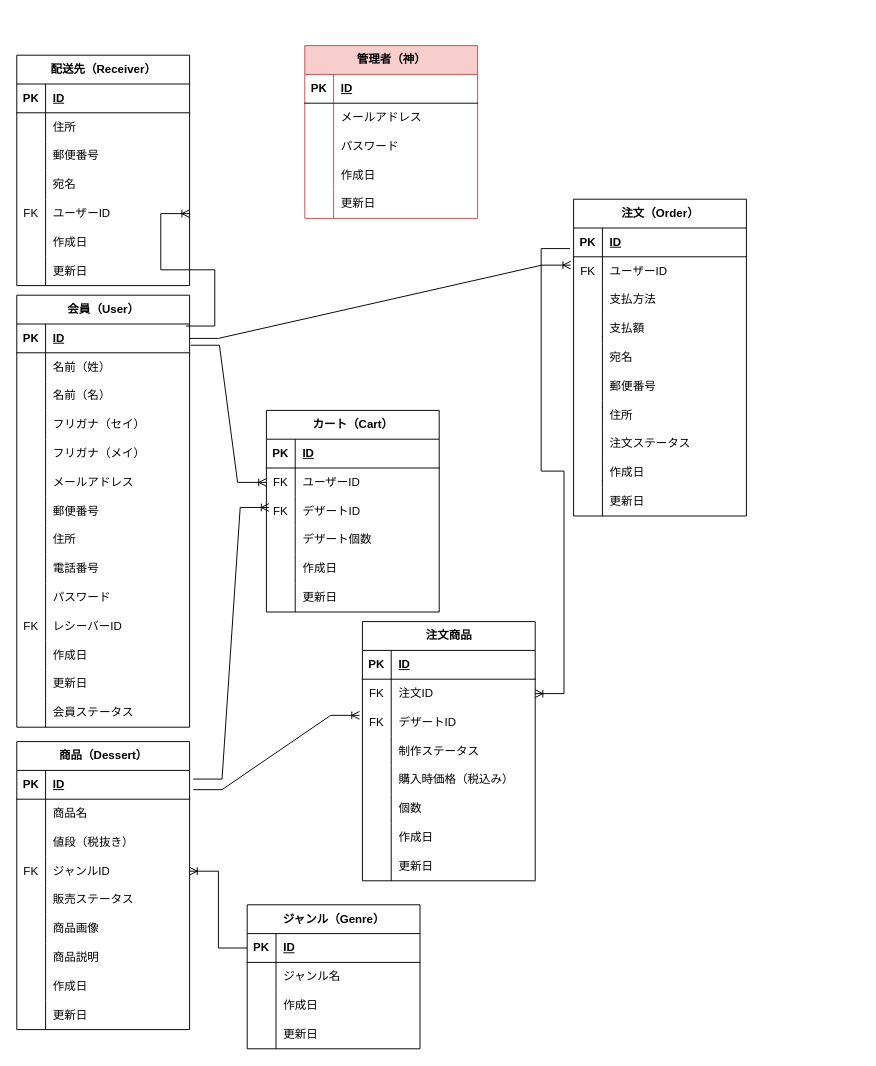
Above: NAGANOケーキ.drawio in RyotaHamano/root (draw.io), before the change. Source tidied: cells renumbered, new cells numbered last; positions are measured from the earlier drawing's top-left corner, leaving out a move shared by most shapes. Both pictures are drawn from the tidied source at 96%, with x=0, y=0 at pixel (16, 45).
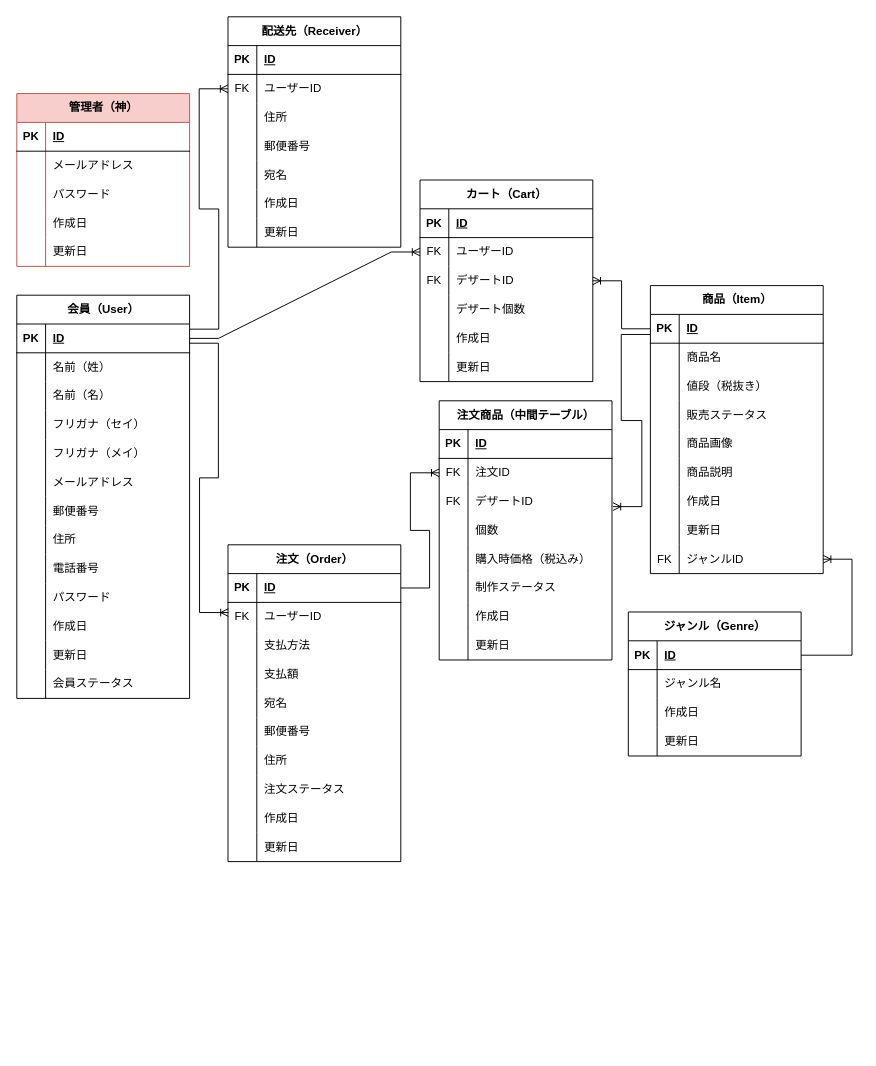
The same page after the edit.

Commit message:
NAGANOケーキ.drawio を更新します

The change refers to these unchanged cells:
```xml
<mxCell id="3" style="shape=tableRow;horizontal=0;startSize=0;swimlaneHead=0;swimlaneBody=0;fillColor=none;points=[[0,0.5],[1,0.5]];portConstraint=eastwest;top=0;left=0;right=0;bottom=1;" parent="2" vertex="1">
  <mxGeometry y="30" width="180" height="30" as="geometry" />
</mxCell>
<mxCell id="46" style="shape=tableRow;horizontal=0;startSize=0;swimlaneHead=0;swimlaneBody=0;fillColor=none;points=[[0,0.5],[1,0.5]];portConstraint=eastwest;top=0;left=0;right=0;bottom=1;" parent="45" vertex="1">
  <mxGeometry y="30" width="180" height="30" as="geometry" />
</mxCell>
<mxCell id="74" style="shape=tableRow;horizontal=0;startSize=0;swimlaneHead=0;swimlaneBody=0;fillColor=none;points=[[0,0.5],[1,0.5]];portConstraint=eastwest;top=0;left=0;right=0;bottom=1;" parent="73" vertex="1">
  <mxGeometry y="30" width="180" height="30" as="geometry" />
</mxCell>
<mxCell id="90" style="shape=tableRow;horizontal=0;startSize=0;swimlaneHead=0;swimlaneBody=0;fillColor=none;points=[[0,0.5],[1,0.5]];portConstraint=eastwest;top=0;left=0;right=0;bottom=0;" parent="86" vertex="1">
  <mxGeometry y="60" width="180" height="30" as="geometry" />
</mxCell>
<mxCell id="93" style="shape=tableRow;horizontal=0;startSize=0;swimlaneHead=0;swimlaneBody=0;fillColor=none;points=[[0,0.5],[1,0.5]];portConstraint=eastwest;top=0;left=0;right=0;bottom=0;" parent="86" vertex="1">
  <mxGeometry y="90" width="180" height="30" as="geometry" />
</mxCell>
<mxCell id="128" style="shape=tableRow;horizontal=0;startSize=0;swimlaneHead=0;swimlaneBody=0;fillColor=none;points=[[0,0.5],[1,0.5]];portConstraint=eastwest;top=0;left=0;right=0;bottom=1;" parent="127" vertex="1">
  <mxGeometry y="30" width="180" height="30" as="geometry" />
</mxCell>
<mxCell id="183" style="shape=tableRow;horizontal=0;startSize=0;swimlaneHead=0;swimlaneBody=0;fillColor=none;points=[[0,0.5],[1,0.5]];portConstraint=eastwest;top=0;left=0;right=0;bottom=0;" parent="179" vertex="1">
  <mxGeometry y="60" width="180" height="30" as="geometry" />
</mxCell>
<mxCell id="186" style="shape=tableRow;horizontal=0;startSize=0;swimlaneHead=0;swimlaneBody=0;fillColor=none;points=[[0,0.5],[1,0.5]];portConstraint=eastwest;top=0;left=0;right=0;bottom=0;" parent="179" vertex="1">
  <mxGeometry y="90" width="180" height="30" as="geometry" />
</mxCell>
```

The edit, as a diff of the source:
```diff
@@
     <mxCell id="2" value="会員（User）" style="shape=table;startSize=30;childLayout=tableLayout;rowLines=0;fontStyle=1;align=center;html=1;" parent="1" vertex="1">
-      <mxGeometry y="260" width="180" height="450" as="geometry" />
+      <mxGeometry y="260" width="180" height="420" as="geometry" />
     </mxCell>
@@
-    <mxCell id="33" style="shape=tableRow;horizontal=0;startSize=0;swimlaneHead=0;swimlaneBody=0;fillColor=none;top=0;left=0;right=0;bottom=0;" parent="2" vertex="1">
-      <mxGeometry y="330" width="180" height="30" as="geometry" />
-    </mxCell>
-    <mxCell id="34" value="FK" style="shape=partialRectangle;fillColor=none;top=0;left=0;bottom=0;right=0;overflow=hidden;whiteSpace=wrap;html=1;" parent="33" vertex="1">
-      <mxGeometry width="30" height="30" as="geometry" />
-    </mxCell>
-    <mxCell id="35" value="レシーバーID" style="shape=partialRectangle;fillColor=none;top=0;left=0;bottom=0;right=0;align=left;spacingLeft=6;overflow=hidden;whiteSpace=wrap;html=1;" parent="33" vertex="1">
-      <mxGeometry x="30" width="150" height="30" as="geometry" />
-    </mxCell>
     <mxCell id="36" style="shape=tableRow;horizontal=0;startSize=0;swimlaneHead=0;swimlaneBody=0;fillColor=none;top=0;left=0;right=0;bottom=0;" parent="2" vertex="1">
-      <mxGeometry y="360" width="180" height="30" as="geometry" />
+      <mxGeometry y="330" width="180" height="30" as="geometry" />
     </mxCell>
@@
     <mxCell id="39" style="shape=tableRow;horizontal=0;startSize=0;swimlaneHead=0;swimlaneBody=0;fillColor=none;top=0;left=0;right=0;bottom=0;" parent="2" vertex="1">
-      <mxGeometry y="390" width="180" height="30" as="geometry" />
+      <mxGeometry y="360" width="180" height="30" as="geometry" />
     </mxCell>
@@
     <mxCell id="42" style="shape=tableRow;horizontal=0;startSize=0;swimlaneHead=0;swimlaneBody=0;fillColor=none;top=0;left=0;right=0;bottom=0;" parent="2" vertex="1">
-      <mxGeometry y="420" width="180" height="30" as="geometry" />
+      <mxGeometry y="390" width="180" height="30" as="geometry" />
     </mxCell>
@@
-    <mxCell id="45" value="商品（Dessert）" style="shape=table;startSize=30;childLayout=tableLayout;rowLines=0;fontStyle=1;align=center;html=1;" parent="1" vertex="1">
-      <mxGeometry y="725" width="180" height="300" as="geometry" />
+    <mxCell id="45" value="商品（Item）" style="shape=table;startSize=30;childLayout=tableLayout;rowLines=0;fontStyle=1;align=center;html=1;" parent="1" vertex="1">
+      <mxGeometry x="660" y="250" width="180" height="300" as="geometry" />
     </mxCell>
@@
-    <mxCell id="55" style="shape=tableRow;horizontal=0;startSize=0;swimlaneHead=0;swimlaneBody=0;fillColor=none;points=[[0,0.5],[1,0.5]];portConstraint=eastwest;top=0;left=0;right=0;bottom=0;" parent="45" vertex="1">
-      <mxGeometry y="120" width="180" height="30" as="geometry" />
-    </mxCell>
-    <mxCell id="56" value="FK" style="shape=partialRectangle;fillColor=none;top=0;left=0;bottom=0;right=0;overflow=hidden;whiteSpace=wrap;html=1;" parent="55" vertex="1">
-      <mxGeometry width="30" height="30" as="geometry" />
-    </mxCell>
-    <mxCell id="57" value="ジャンルID" style="shape=partialRectangle;fillColor=none;top=0;left=0;bottom=0;right=0;align=left;spacingLeft=6;overflow=hidden;whiteSpace=wrap;html=1;" parent="55" vertex="1">
-      <mxGeometry x="30" width="150" height="30" as="geometry" />
-    </mxCell>
     <mxCell id="58" style="shape=tableRow;horizontal=0;startSize=0;swimlaneHead=0;swimlaneBody=0;fillColor=none;top=0;left=0;right=0;bottom=0;" parent="45" vertex="1">
-      <mxGeometry y="150" width="180" height="30" as="geometry" />
+      <mxGeometry y="120" width="180" height="30" as="geometry" />
     </mxCell>
@@
     <mxCell id="61" style="shape=tableRow;horizontal=0;startSize=0;swimlaneHead=0;swimlaneBody=0;fillColor=none;top=0;left=0;right=0;bottom=0;" parent="45" vertex="1">
-      <mxGeometry y="180" width="180" height="30" as="geometry" />
+      <mxGeometry y="150" width="180" height="30" as="geometry" />
     </mxCell>
@@
     <mxCell id="64" style="shape=tableRow;horizontal=0;startSize=0;swimlaneHead=0;swimlaneBody=0;fillColor=none;top=0;left=0;right=0;bottom=0;" parent="45" vertex="1">
-      <mxGeometry y="210" width="180" height="30" as="geometry" />
+      <mxGeometry y="180" width="180" height="30" as="geometry" />
     </mxCell>
@@
     <mxCell id="67" style="shape=tableRow;horizontal=0;startSize=0;swimlaneHead=0;swimlaneBody=0;fillColor=none;top=0;left=0;right=0;bottom=0;" parent="45" vertex="1">
-      <mxGeometry y="240" width="180" height="30" as="geometry" />
+      <mxGeometry y="210" width="180" height="30" as="geometry" />
     </mxCell>
@@
     <mxCell id="70" style="shape=tableRow;horizontal=0;startSize=0;swimlaneHead=0;swimlaneBody=0;fillColor=none;top=0;left=0;right=0;bottom=0;" parent="45" vertex="1">
-      <mxGeometry y="270" width="180" height="30" as="geometry" />
+      <mxGeometry y="240" width="180" height="30" as="geometry" />
     </mxCell>
@@
+    <mxCell id="55" style="shape=tableRow;horizontal=0;startSize=0;swimlaneHead=0;swimlaneBody=0;fillColor=none;points=[[0,0.5],[1,0.5]];portConstraint=eastwest;top=0;left=0;right=0;bottom=0;" parent="45" vertex="1">
+      <mxGeometry y="270" width="180" height="30" as="geometry" />
+    </mxCell>
+    <mxCell id="56" value="FK" style="shape=partialRectangle;fillColor=none;top=0;left=0;bottom=0;right=0;overflow=hidden;whiteSpace=wrap;html=1;" parent="55" vertex="1">
+      <mxGeometry width="30" height="30" as="geometry" />
+    </mxCell>
+    <mxCell id="57" value="ジャンルID" style="shape=partialRectangle;fillColor=none;top=0;left=0;bottom=0;right=0;align=left;spacingLeft=6;overflow=hidden;whiteSpace=wrap;html=1;" parent="55" vertex="1">
+      <mxGeometry x="30" width="150" height="30" as="geometry" />
+    </mxCell>
     <mxCell id="73" value="ジャンル（Genre）" style="shape=table;startSize=30;childLayout=tableLayout;rowLines=0;fontStyle=1;align=center;html=1;" parent="1" vertex="1">
-      <mxGeometry x="240" y="895" width="180" height="150" as="geometry" />
+      <mxGeometry x="637" y="590" width="180" height="150" as="geometry" />
     </mxCell>
@@
     <mxCell id="86" value="カート（Cart）" style="shape=table;startSize=30;childLayout=tableLayout;rowLines=0;fontStyle=1;align=center;html=1;" parent="1" vertex="1">
-      <mxGeometry x="260" y="380" width="180" height="210" as="geometry" />
+      <mxGeometry x="420" y="140" width="180" height="210" as="geometry" />
     </mxCell>
@@
     <mxCell id="105" value="配送先（Receiver）" style="shape=table;startSize=30;childLayout=tableLayout;rowLines=0;fontStyle=1;align=center;html=1;" parent="1" vertex="1">
-      <mxGeometry y="10" width="180" height="240" as="geometry" />
+      <mxGeometry x="220" y="-30" width="180" height="240" as="geometry" />
     </mxCell>
@@
+    <mxCell id="118" style="shape=tableRow;horizontal=0;startSize=0;swimlaneHead=0;swimlaneBody=0;fillColor=none;points=[[0,0.5],[1,0.5]];portConstraint=eastwest;top=0;left=0;right=0;bottom=0;" parent="105" vertex="1">
+      <mxGeometry y="60" width="180" height="30" as="geometry" />
+    </mxCell>
+    <mxCell id="119" value="FK" style="shape=partialRectangle;fillColor=none;top=0;left=0;bottom=0;right=0;overflow=hidden;whiteSpace=wrap;html=1;" parent="118" vertex="1">
+      <mxGeometry width="30" height="30" as="geometry" />
+    </mxCell>
+    <mxCell id="120" value="ユーザーID" style="shape=partialRectangle;fillColor=none;top=0;left=0;bottom=0;right=0;align=left;spacingLeft=6;overflow=hidden;whiteSpace=wrap;html=1;" parent="118" vertex="1">
+      <mxGeometry x="30" width="150" height="30" as="geometry" />
+    </mxCell>
     <mxCell id="109" style="shape=tableRow;horizontal=0;startSize=0;swimlaneHead=0;swimlaneBody=0;fillColor=none;top=0;left=0;right=0;bottom=0;" parent="105" vertex="1">
-      <mxGeometry y="60" width="180" height="30" as="geometry" />
+      <mxGeometry y="90" width="180" height="30" as="geometry" />
     </mxCell>
@@
     <mxCell id="112" style="shape=tableRow;horizontal=0;startSize=0;swimlaneHead=0;swimlaneBody=0;fillColor=none;top=0;left=0;right=0;bottom=0;" parent="105" vertex="1">
-      <mxGeometry y="90" width="180" height="30" as="geometry" />
+      <mxGeometry y="120" width="180" height="30" as="geometry" />
     </mxCell>
@@
     <mxCell id="115" style="shape=tableRow;horizontal=0;startSize=0;swimlaneHead=0;swimlaneBody=0;fillColor=none;top=0;left=0;right=0;bottom=0;" parent="105" vertex="1">
-      <mxGeometry y="120" width="180" height="30" as="geometry" />
+      <mxGeometry y="150" width="180" height="30" as="geometry" />
     </mxCell>
@@
-    <mxCell id="118" style="shape=tableRow;horizontal=0;startSize=0;swimlaneHead=0;swimlaneBody=0;fillColor=none;points=[[0,0.5],[1,0.5]];portConstraint=eastwest;top=0;left=0;right=0;bottom=0;" parent="105" vertex="1">
-      <mxGeometry y="150" width="180" height="30" as="geometry" />
-    </mxCell>
-    <mxCell id="119" value="FK" style="shape=partialRectangle;fillColor=none;top=0;left=0;bottom=0;right=0;overflow=hidden;whiteSpace=wrap;html=1;" parent="118" vertex="1">
-      <mxGeometry width="30" height="30" as="geometry" />
-    </mxCell>
-    <mxCell id="120" value="ユーザーID" style="shape=partialRectangle;fillColor=none;top=0;left=0;bottom=0;right=0;align=left;spacingLeft=6;overflow=hidden;whiteSpace=wrap;html=1;" parent="118" vertex="1">
-      <mxGeometry x="30" width="150" height="30" as="geometry" />
-    </mxCell>
@@
     <mxCell id="127" value="注文（Order）" style="shape=table;startSize=30;childLayout=tableLayout;rowLines=0;fontStyle=1;align=center;html=1;" parent="1" vertex="1">
-      <mxGeometry x="580" y="160" width="180" height="330" as="geometry" />
+      <mxGeometry x="220" y="520" width="180" height="330" as="geometry" />
     </mxCell>
@@
-    <mxCell id="131" style="shape=tableRow;horizontal=0;startSize=0;swimlaneHead=0;swimlaneBody=0;fillColor=none;points=[[0,0.5],[1,0.5]];portConstraint=eastwest;top=0;left=0;right=0;bottom=0;" parent="127" vertex="1">
+    <mxCell id="131" style="shape=tableRow;horizontal=0;startSize=0;swimlaneHead=0;swimlaneBody=0;fillColor=none;points=[[0,0.5],[1,0.5]];portConstraint=eastwest;top=0;left=0;right=0;bottom=0;rounded=0;" parent="127" vertex="1">
       <mxGeometry y="60" width="180" height="30" as="geometry" />
     </mxCell>
@@
-    <mxCell id="158" style="edgeStyle=entityRelationEdgeStyle;fontSize=12;html=1;endArrow=ERoneToMany;rounded=0;exitX=0.979;exitY=0.071;exitDx=0;exitDy=0;exitPerimeter=0;" parent="1" edge="1" source="3">
+    <mxCell id="158" style="edgeStyle=entityRelationEdgeStyle;fontSize=12;html=1;endArrow=ERoneToMany;rounded=0;exitX=1.002;exitY=0.179;exitDx=0;exitDy=0;exitPerimeter=0;" parent="1" edge="1" source="3" target="118">
       <mxGeometry relative="1" as="geometry">
-        <mxPoint x="180" y="175" as="targetPoint" />
         <Array as="points">
           <mxPoint x="230" y="450" />
           <mxPoint x="210" y="200" />
           <mxPoint x="206" y="210" />
         </Array>
       </mxGeometry>
     </mxCell>
-    <mxCell id="159" style="edgeStyle=entityRelationEdgeStyle;fontSize=12;html=1;endArrow=ERoneToMany;rounded=0;exitX=0;exitY=0.5;exitDx=0;exitDy=0;entryX=1;entryY=0.5;entryDx=0;entryDy=0;" parent="1" edge="1" source="74" target="55">
+    <mxCell id="159" style="edgeStyle=entityRelationEdgeStyle;fontSize=12;html=1;endArrow=ERoneToMany;rounded=0;" parent="1" edge="1" source="74" target="55">
       <mxGeometry relative="1" as="geometry">
         <Array as="points">
           <mxPoint x="480" y="640" />
           <mxPoint x="430" y="670" />
         </Array>
       </mxGeometry>
     </mxCell>
-    <mxCell id="160" style="edgeStyle=entityRelationEdgeStyle;fontSize=12;html=1;endArrow=ERoneToMany;rounded=0;exitX=1.021;exitY=0.301;exitDx=0;exitDy=0;exitPerimeter=0;entryX=0.015;entryY=0.37;entryDx=0;entryDy=0;entryPerimeter=0;" parent="1" edge="1" source="46" target="93">
+    <mxCell id="160" style="edgeStyle=entityRelationEdgeStyle;fontSize=12;html=1;endArrow=ERoneToMany;rounded=0;" parent="1" edge="1" source="46" target="93">
       <mxGeometry relative="1" as="geometry">
         <Array as="points">
           <mxPoint x="490" y="720" />
         </Array>
       </mxGeometry>
     </mxCell>
     <mxCell id="161" value="管理者（神）" style="shape=table;startSize=30;childLayout=tableLayout;rowLines=0;fontStyle=1;align=center;html=1;fillColor=#f8cecc;strokeColor=#b85450;" parent="1" vertex="1">
-      <mxGeometry x="300" width="180" height="180" as="geometry" />
+      <mxGeometry y="50" width="180" height="180" as="geometry" />
     </mxCell>
@@
-    <mxCell id="177" style="edgeStyle=entityRelationEdgeStyle;fontSize=12;html=1;endArrow=ERoneToMany;rounded=0;exitX=1.006;exitY=0.738;exitDx=0;exitDy=0;exitPerimeter=0;" parent="1" edge="1" source="3" target="90">
+    <mxCell id="177" style="edgeStyle=entityRelationEdgeStyle;fontSize=12;html=1;endArrow=ERoneToMany;rounded=0;exitX=1;exitY=0.5;exitDx=0;exitDy=0;" parent="1" edge="1" source="3" target="90">
       <mxGeometry relative="1" as="geometry" />
     </mxCell>
-    <mxCell id="178" style="edgeStyle=entityRelationEdgeStyle;fontSize=12;html=1;endArrow=ERoneToMany;rounded=0;exitX=1;exitY=0.5;exitDx=0;exitDy=0;entryX=-0.017;entryY=0.29;entryDx=0;entryDy=0;entryPerimeter=0;" parent="1" edge="1" source="3" target="131">
+    <mxCell id="178" style="edgeStyle=entityRelationEdgeStyle;fontSize=12;html=1;endArrow=ERoneToMany;rounded=0;exitX=1;exitY=0.667;exitDx=0;exitDy=0;entryX=0.002;entryY=0.352;entryDx=0;entryDy=0;entryPerimeter=0;exitPerimeter=0;" parent="1" edge="1" source="3" target="131">
       <mxGeometry relative="1" as="geometry" />
     </mxCell>
-    <mxCell id="179" value="注文商品" style="shape=table;startSize=30;childLayout=tableLayout;rowLines=0;fontStyle=1;align=center;html=1;" parent="1" vertex="1">
-      <mxGeometry x="360" y="600" width="180" height="270" as="geometry" />
+    <mxCell id="179" value="注文商品（中間テーブル）" style="shape=table;startSize=30;childLayout=tableLayout;rowLines=0;fontStyle=1;align=center;html=1;" parent="1" vertex="1">
+      <mxGeometry x="440" y="370" width="180" height="270" as="geometry" />
     </mxCell>
@@
+    <mxCell id="195" style="shape=tableRow;horizontal=0;startSize=0;swimlaneHead=0;swimlaneBody=0;fillColor=none;top=0;left=0;right=0;bottom=0;" parent="179" vertex="1">
+      <mxGeometry y="120" width="180" height="30" as="geometry" />
+    </mxCell>
+    <mxCell id="196" style="shape=partialRectangle;fillColor=none;top=0;left=0;bottom=0;right=0;overflow=hidden;whiteSpace=wrap;html=1;" parent="195" vertex="1">
+      <mxGeometry width="30" height="30" as="geometry" />
+    </mxCell>
+    <mxCell id="197" value="個数" style="shape=partialRectangle;fillColor=none;top=0;left=0;bottom=0;right=0;align=left;spacingLeft=6;overflow=hidden;whiteSpace=wrap;html=1;" parent="195" vertex="1">
+      <mxGeometry x="30" width="150" height="30" as="geometry" />
+    </mxCell>
+    <mxCell id="192" style="shape=tableRow;horizontal=0;startSize=0;swimlaneHead=0;swimlaneBody=0;fillColor=none;top=0;left=0;right=0;bottom=0;" parent="179" vertex="1">
+      <mxGeometry y="150" width="180" height="30" as="geometry" />
+    </mxCell>
+    <mxCell id="193" style="shape=partialRectangle;fillColor=none;top=0;left=0;bottom=0;right=0;overflow=hidden;whiteSpace=wrap;html=1;" parent="192" vertex="1">
+      <mxGeometry width="30" height="30" as="geometry" />
+    </mxCell>
+    <mxCell id="194" value="購入時価格（税込み）" style="shape=partialRectangle;fillColor=none;top=0;left=0;bottom=0;right=0;align=left;spacingLeft=6;overflow=hidden;whiteSpace=wrap;html=1;" parent="192" vertex="1">
+      <mxGeometry x="30" width="150" height="30" as="geometry" />
+    </mxCell>
     <mxCell id="189" style="shape=tableRow;horizontal=0;startSize=0;swimlaneHead=0;swimlaneBody=0;fillColor=none;top=0;left=0;right=0;bottom=0;" parent="179" vertex="1">
-      <mxGeometry y="120" width="180" height="30" as="geometry" />
+      <mxGeometry y="180" width="180" height="30" as="geometry" />
     </mxCell>
@@
-    <mxCell id="192" style="shape=tableRow;horizontal=0;startSize=0;swimlaneHead=0;swimlaneBody=0;fillColor=none;top=0;left=0;right=0;bottom=0;" parent="179" vertex="1">
-      <mxGeometry y="150" width="180" height="30" as="geometry" />
-    </mxCell>
-    <mxCell id="193" style="shape=partialRectangle;fillColor=none;top=0;left=0;bottom=0;right=0;overflow=hidden;whiteSpace=wrap;html=1;" parent="192" vertex="1">
-      <mxGeometry width="30" height="30" as="geometry" />
-    </mxCell>
-    <mxCell id="194" value="購入時価格（税込み）" style="shape=partialRectangle;fillColor=none;top=0;left=0;bottom=0;right=0;align=left;spacingLeft=6;overflow=hidden;whiteSpace=wrap;html=1;" parent="192" vertex="1">
-      <mxGeometry x="30" width="150" height="30" as="geometry" />
-    </mxCell>
-    <mxCell id="195" style="shape=tableRow;horizontal=0;startSize=0;swimlaneHead=0;swimlaneBody=0;fillColor=none;top=0;left=0;right=0;bottom=0;" parent="179" vertex="1">
-      <mxGeometry y="180" width="180" height="30" as="geometry" />
-    </mxCell>
-    <mxCell id="196" style="shape=partialRectangle;fillColor=none;top=0;left=0;bottom=0;right=0;overflow=hidden;whiteSpace=wrap;html=1;" parent="195" vertex="1">
-      <mxGeometry width="30" height="30" as="geometry" />
-    </mxCell>
-    <mxCell id="197" value="個数" style="shape=partialRectangle;fillColor=none;top=0;left=0;bottom=0;right=0;align=left;spacingLeft=6;overflow=hidden;whiteSpace=wrap;html=1;" parent="195" vertex="1">
-      <mxGeometry x="30" width="150" height="30" as="geometry" />
-    </mxCell>
@@
-    <mxCell id="204" style="edgeStyle=entityRelationEdgeStyle;fontSize=12;html=1;endArrow=ERoneToMany;rounded=0;exitX=-0.021;exitY=0.715;exitDx=0;exitDy=0;exitPerimeter=0;" parent="1" edge="1" source="128" target="183">
+    <mxCell id="204" style="edgeStyle=entityRelationEdgeStyle;fontSize=12;html=1;endArrow=ERoneToMany;rounded=0;" parent="1" edge="1" source="128" target="183">
       <mxGeometry relative="1" as="geometry" />
     </mxCell>
-    <mxCell id="205" style="edgeStyle=entityRelationEdgeStyle;fontSize=12;html=1;endArrow=ERoneToMany;rounded=0;entryX=-0.017;entryY=0.255;entryDx=0;entryDy=0;entryPerimeter=0;exitX=1.021;exitY=0.669;exitDx=0;exitDy=0;exitPerimeter=0;" parent="1" edge="1" source="46" target="186">
+    <mxCell id="205" style="edgeStyle=entityRelationEdgeStyle;fontSize=12;html=1;endArrow=ERoneToMany;rounded=0;exitX=-0.002;exitY=0.697;exitDx=0;exitDy=0;entryX=1.006;entryY=0.674;entryDx=0;entryDy=0;exitPerimeter=0;entryPerimeter=0;" parent="1" edge="1" source="46" target="186">
       <mxGeometry relative="1" as="geometry" />
     </mxCell>
```
